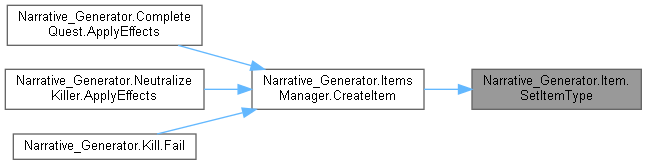
vonHimik/NarrativeGeneratorForTwine keeps this Graphviz diagram as Autodocumentation HTML/class_narrative___generator_1_1_item_a9fd066de5b2875514e75450633acdc61_icgraph.png. Above is the earlier version. Its source is kept beside it as Autodocumentation HTML/class_narrative___generator_1_1_item_a9fd066de5b2875514e75450633acdc61_icgraph.dot.
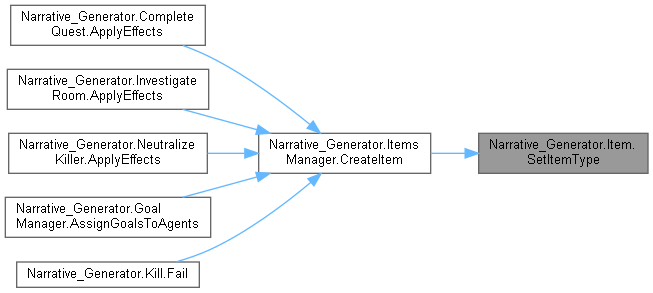
After the change.

Change to the diagram source:
```diff
@@ -6,11 +6,15 @@
   rankdir="RL";
   Node1 [label="Narrative_Generator.Item.\lSetItemType",height=0.2,width=0.4,color="gray40", fillcolor="grey60", style="filled", fontcolor="black",tooltip="Sets the type of the item."];
   Node1 -> Node2 [dir="back",color="steelblue1",style="solid"];
-  Node2 [label="Narrative_Generator.Items\lManager.CreateItem",height=0.2,width=0.4,color="grey40", fillcolor="white", style="filled",URL="$class_narrative___generator_1_1_items_manager.html#a38472beab694e7ba564e5ce448d87c21",tooltip="A method for creation a new item."];
+  Node2 [label="Narrative_Generator.Items\lManager.CreateItem",height=0.2,width=0.4,color="grey40", fillcolor="white", style="filled",URL="$class_narrative___generator_1_1_items_manager.html#a7c70c85947860fd9ef0bdc33e733ea7c",tooltip="A method for creation a new item."];
   Node2 -> Node3 [dir="back",color="steelblue1",style="solid"];
   Node3 [label="Narrative_Generator.Complete\lQuest.ApplyEffects",height=0.2,width=0.4,color="grey40", fillcolor="white", style="filled",URL="$class_narrative___generator_1_1_complete_quest.html#aa908d9da80a0fd1e81a78a0e16710fbb",tooltip="A method that changes the passed world state according to the effects of the action."];
   Node2 -> Node4 [dir="back",color="steelblue1",style="solid"];
-  Node4 [label="Narrative_Generator.Neutralize\lKiller.ApplyEffects",height=0.2,width=0.4,color="grey40", fillcolor="white", style="filled",URL="$class_narrative___generator_1_1_neutralize_killer.html#afba0997150151a565f7c15a2dc3aa6b8",tooltip="A method that changes the passed world state according to the effects of the action."];
+  Node4 [label="Narrative_Generator.Investigate\lRoom.ApplyEffects",height=0.2,width=0.4,color="grey40", fillcolor="white", style="filled",URL="$class_narrative___generator_1_1_investigate_room.html#a779af619c50f6c505c712e7ef2ef7b26",tooltip="A method that changes the passed world state according to the effects of the action."];
   Node2 -> Node5 [dir="back",color="steelblue1",style="solid"];
-  Node5 [label="Narrative_Generator.Kill.Fail",height=0.2,width=0.4,color="grey40", fillcolor="white", style="filled",URL="$class_narrative___generator_1_1_kill.html#aa2f49750f379e76d20ff01031dba34ca",tooltip="A method that implements the action's failure effect."];
+  Node5 [label="Narrative_Generator.Neutralize\lKiller.ApplyEffects",height=0.2,width=0.4,color="grey40", fillcolor="white", style="filled",URL="$class_narrative___generator_1_1_neutralize_killer.html#afba0997150151a565f7c15a2dc3aa6b8",tooltip="A method that changes the passed world state according to the effects of the action."];
+  Node2 -> Node6 [dir="back",color="steelblue1",style="solid"];
+  Node6 [label="Narrative_Generator.Goal\lManager.AssignGoalsToAgents",height=0.2,width=0.4,color="grey40", fillcolor="white", style="filled",URL="$class_narrative___generator_1_1_goal_manager.html#a1972c672143df8f969e4a81898e47fca",tooltip="A method that assigns goals to agents based on their role."];
+  Node2 -> Node7 [dir="back",color="steelblue1",style="solid"];
+  Node7 [label="Narrative_Generator.Kill.Fail",height=0.2,width=0.4,color="grey40", fillcolor="white", style="filled",URL="$class_narrative___generator_1_1_kill.html#aa2f49750f379e76d20ff01031dba34ca",tooltip="A method that implements the action's failure effect."];
 }
```
